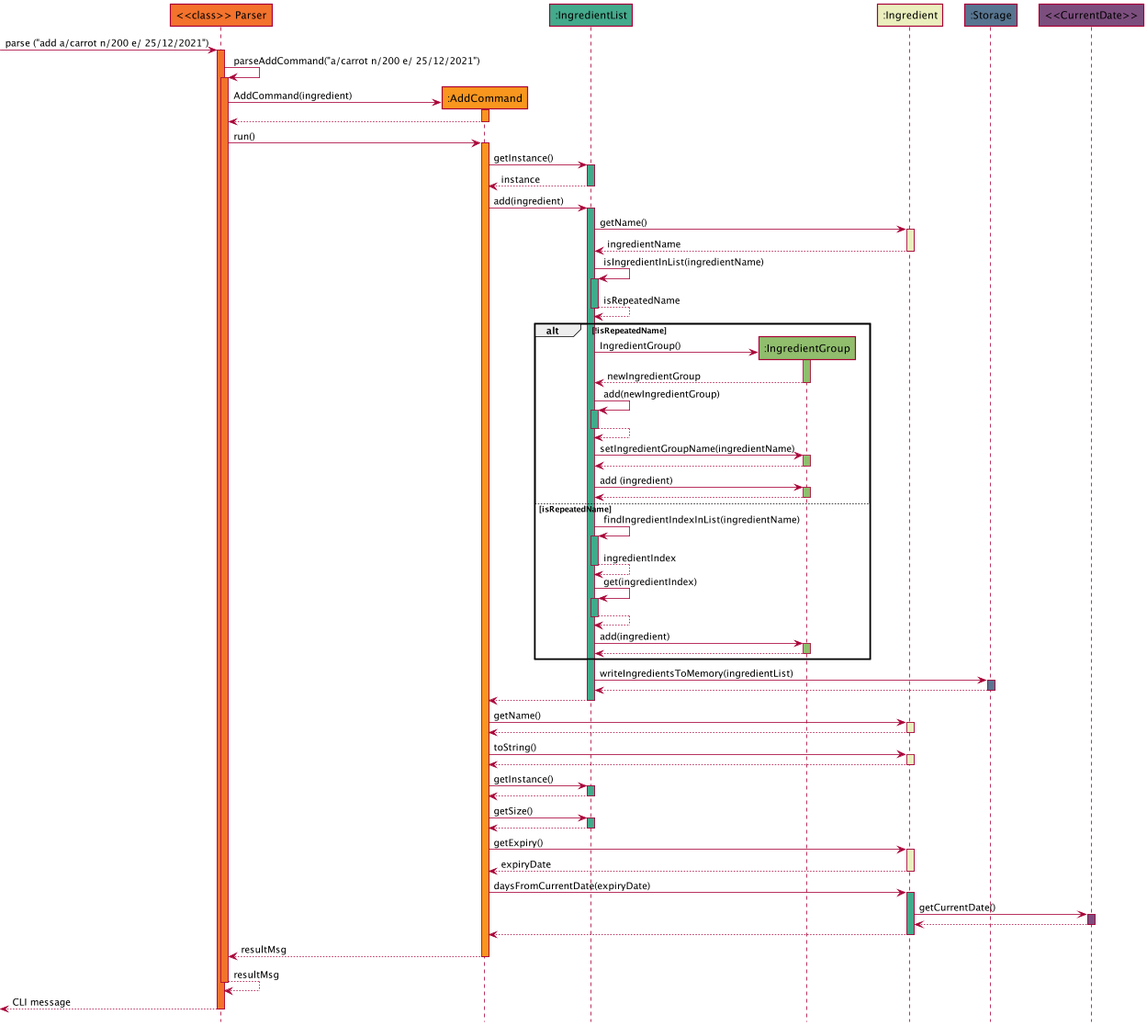
This is docs/images/AddSequenceDiagram.png from nus-cs2113-AY2122S1/tp, a PlantUML export, as it was before one commit. The source it was exported from:
```plantuml
@startuml
!include style.puml


Participant "<<class>> Parser" as parser PARSER_COLOUR
Participant ":AddCommand" as add COMMAND_COLOUR
Participant ":IngredientList" as ingredient_list INGREDIENTLIST_COLOUR
Participant ":IngredientGroup" as ingredient_group INGREDIENTGROUP_COLOUR
Participant ":Ingredient" as ingredientClass INGREDIENT_COLOUR
Participant ":Storage" as storage STORAGE_COLOUR
Participant "<<CurrentDate>>" as currentDate DATE_COLOUR


-> parser: parse ("add a/carrot n/200 e/ 25/12/2021")
activate parser PARSER_COLOUR

parser -> parser : parseAddCommand("a/carrot n/200 e/ 25/12/2021")
activate parser PARSER_COLOUR

parser -> add **: AddCommand(ingredient)
activate add COMMAND_COLOUR
return

parser -> add : run()
activate add COMMAND_COLOUR

add -> ingredient_list : getInstance()
activate ingredient_list INGREDIENTLIST_COLOUR
return instance

add -> ingredient_list : add(ingredient)
activate ingredient_list INGREDIENTLIST_COLOUR

ingredient_list -> ingredientClass : getName()
activate ingredientClass INGREDIENT_COLOUR
return ingredientName

ingredient_list -> ingredient_list : isIngredientInList(ingredientName)
activate ingredient_list INGREDIENTLIST_COLOUR
return isRepeatedName

alt !isRepeatedName
    ingredient_list -> ingredient_group **: IngredientGroup()
    activate ingredient_group INGREDIENTGROUP_COLOUR
    return newIngredientGroup

    ingredient_list -> ingredient_list : add(newIngredientGroup)
    activate ingredient_list INGREDIENTLIST_COLOUR
    return

    ingredient_list -> ingredient_group : setIngredientGroupName(ingredientName)
    activate ingredient_group INGREDIENTGROUP_COLOUR
    return

    ingredient_list -> ingredient_group : add (ingredient)
    activate ingredient_group INGREDIENTGROUP_COLOUR
    return


    else isRepeatedName
    ingredient_list -> ingredient_list : findIngredientIndexInList(ingredientName)
        activate ingredient_list INGREDIENTLIST_COLOUR
        return ingredientIndex

        ingredient_list -> ingredient_list : get(ingredientIndex)
        activate ingredient_list INGREDIENTLIST_COLOUR
        return
        ingredient_list -> ingredient_group : add(ingredient)
        activate ingredient_group INGREDIENTGROUP_COLOUR
        return
end

ingredient_list -> storage : writeIngredientsToMemory(ingredientList)
activate storage STORAGE_COLOUR
return

return

add -> ingredientClass : getName()
activate ingredientClass INGREDIENT_COLOUR
return

add -> ingredientClass : toString()
activate ingredientClass INGREDIENT_COLOUR
return

add -> ingredient_list : getInstance()
activate ingredient_list INGREDIENTLIST_COLOUR
return

add -> ingredient_list : getSize()
activate ingredient_list INGREDIENTLIST_COLOUR
return

add -> ingredientClass : getExpiry()
activate ingredientClass INGREDIENT_COLOUR
return expiryDate

add -> ingredientClass : daysFromCurrentDate(expiryDate)
activate ingredientClass INGREDIENTLIST_COLOUR

ingredientClass -> currentDate : getCurrentDate()
activate currentDate DATE_COLOUR
return
return
return resultMsg
return resultMsg
return CLI message











@enduml
```
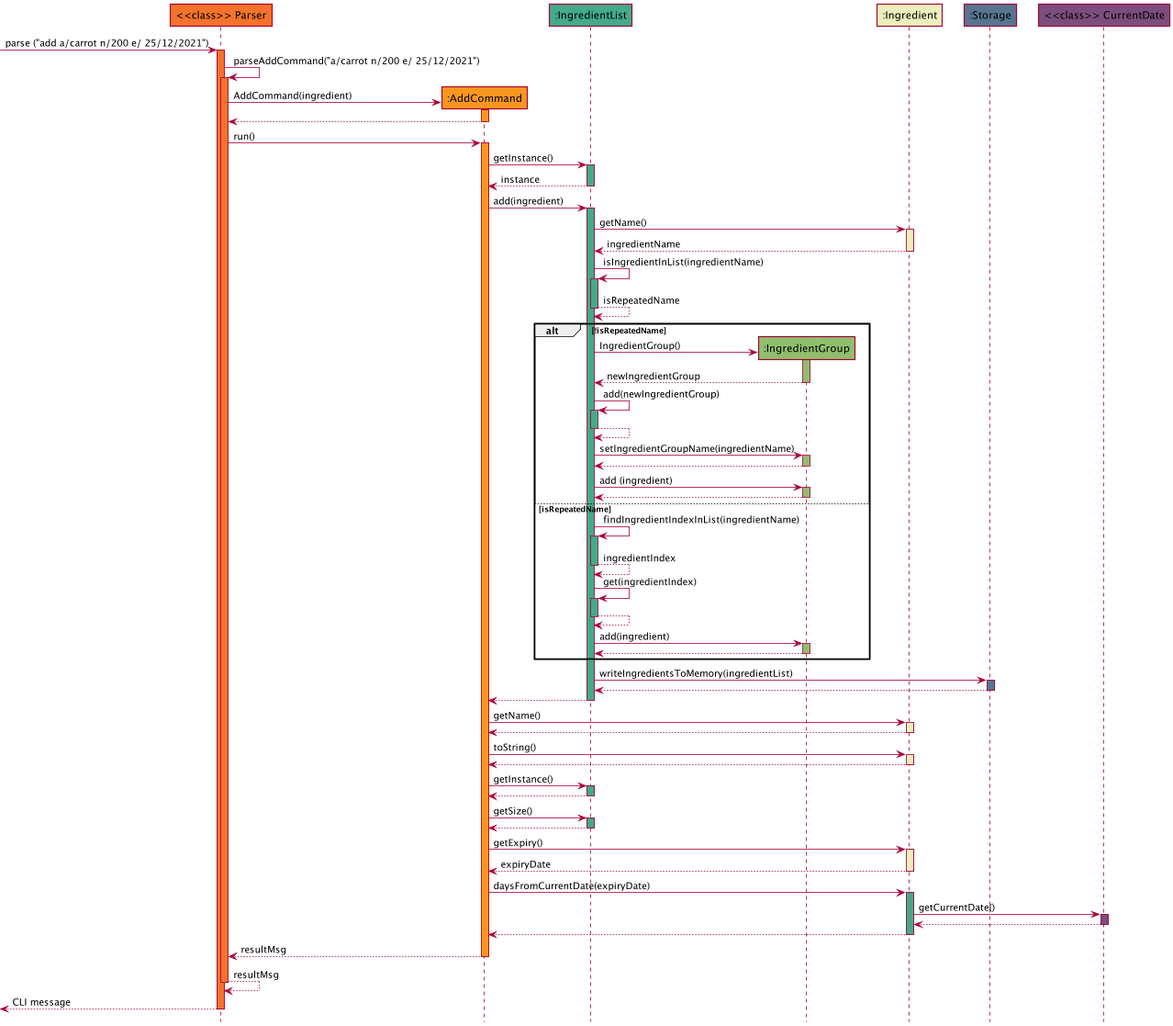
Later version of the same file.

Commit message:
edit add sequence diagram

What changed in the source:
```diff
@@ -8,7 +8,7 @@
 Participant ":IngredientGroup" as ingredient_group INGREDIENTGROUP_COLOUR
 Participant ":Ingredient" as ingredientClass INGREDIENT_COLOUR
 Participant ":Storage" as storage STORAGE_COLOUR
-Participant "<<CurrentDate>>" as currentDate DATE_COLOUR
+Participant "<<class>> CurrentDate" as currentDate DATE_COLOUR
 
 
 -> parser: parse ("add a/carrot n/200 e/ 25/12/2021")
```
